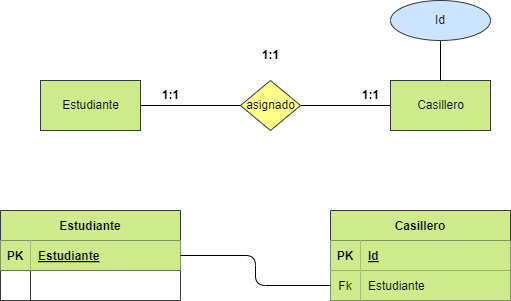
SaulHdez93/BAE keeps this draw.io diagram as Ejercicio2/ejercicio2.drawio.png. Above is the earlier version. Source tidied: cells renumbered, new cells last; positions are measured from the earlier drawing's top-left corner, leaving out a move shared by most shapes. The source it was exported from:
```xml
<mxGraphModel>
  <root>
    <mxCell id="0" />
    <mxCell id="1" parent="0" />
    <mxCell id="2" value="Libro" style="html=1;dashed=0;whitespace=wrap;fillColor=#cdeb8b;strokeColor=#36393d;" parent="1" vertex="1">
      <mxGeometry x="40" y="80" width="100" height="50" as="geometry" />
    </mxCell>
    <mxCell id="3" style="edgeStyle=none;html=1;fontColor=#000000;endArrow=none;endFill=0;" parent="1" edge="1" source="4" target="7">
      <mxGeometry relative="1" as="geometry" />
    </mxCell>
    <mxCell id="4" value="asignado" style="shape=rhombus;html=1;dashed=0;whitespace=wrap;perimeter=rhombusPerimeter;fillColor=#ffff88;strokeColor=#36393d;fontColor=#000000;" parent="1" vertex="1">
      <mxGeometry x="240" y="80" width="60" height="50" as="geometry" />
    </mxCell>
    <mxCell id="5" style="edgeStyle=none;html=1;fontColor=#000000;endArrow=none;endFill=0;" parent="1" edge="1" source="6" target="4">
      <mxGeometry relative="1" as="geometry" />
    </mxCell>
    <mxCell id="6" value="Estudiante" style="html=1;dashed=0;whitespace=wrap;fillColor=#cdeb8b;strokeColor=#36393d;fontColor=#000000;" parent="1" vertex="1">
      <mxGeometry x="40" y="80" width="100" height="50" as="geometry" />
    </mxCell>
    <mxCell id="7" value="Casillero" style="html=1;dashed=0;whitespace=wrap;fillColor=#cdeb8b;strokeColor=#36393d;fontColor=#000000;" parent="1" vertex="1">
      <mxGeometry x="390" y="80" width="100" height="50" as="geometry" />
    </mxCell>
    <mxCell id="8" value="Estudiante" style="shape=table;startSize=30;rowLines=0;fontStyle=1;align=center;fillColor=#cdeb8b;strokeColor=#36393d;fontColor=#000000;" parent="1" vertex="1">
      <mxGeometry y="210" width="180" height="90" as="geometry" />
    </mxCell>
    <mxCell id="9" style="shape=tableRow;horizontal=0;startSize=0;swimlaneHead=0;swimlaneBody=0;fillColor=none;points=[[0,0.5],[1,0.5]];portConstraint=eastwest;top=0;left=0;right=0;bottom=1;fontColor=#000000;" parent="8" vertex="1">
      <mxGeometry y="30" width="180" height="30" as="geometry" />
    </mxCell>
    <mxCell id="10" value="PK" style="shape=partialRectangle;fillColor=#cdeb8b;top=0;left=0;bottom=0;right=0;fontStyle=1;overflow=hidden;strokeColor=#36393d;fontColor=#000000;" parent="9" vertex="1">
      <mxGeometry width="30" height="30" as="geometry" />
    </mxCell>
    <mxCell id="11" value="Estudiante" style="shape=partialRectangle;fillColor=#cdeb8b;top=0;left=0;bottom=0;right=0;align=left;spacingLeft=6;fontStyle=5;overflow=hidden;strokeColor=#36393d;fontColor=#000000;" parent="9" vertex="1">
      <mxGeometry x="30" width="150" height="30" as="geometry" />
    </mxCell>
    <mxCell id="12" style="shape=tableRow;horizontal=0;startSize=0;swimlaneHead=0;swimlaneBody=0;fillColor=none;top=0;left=0;right=0;bottom=0;fontColor=#000000;" parent="8" vertex="1">
      <mxGeometry y="60" width="180" height="30" as="geometry" />
    </mxCell>
    <mxCell id="13" style="shape=partialRectangle;fillColor=none;top=0;left=0;bottom=0;right=0;overflow=hidden;fontColor=#000000;" parent="12" vertex="1">
      <mxGeometry width="30" height="30" as="geometry" />
    </mxCell>
    <mxCell id="14" style="shape=partialRectangle;fillColor=none;top=0;left=0;bottom=0;right=0;align=left;spacingLeft=6;overflow=hidden;fontColor=#000000;" parent="12" vertex="1">
      <mxGeometry x="30" width="150" height="30" as="geometry" />
    </mxCell>
    <mxCell id="15" value="Casillero" style="shape=table;startSize=30;rowLines=0;fontStyle=1;align=center;fillColor=#cdeb8b;strokeColor=#36393d;fontColor=#000000;" parent="1" vertex="1">
      <mxGeometry x="330" y="210" width="180" height="90" as="geometry" />
    </mxCell>
    <mxCell id="16" style="shape=tableRow;horizontal=0;startSize=0;swimlaneHead=0;swimlaneBody=0;fillColor=none;top=0;left=0;right=0;bottom=1;fontColor=#000000;" parent="15" vertex="1">
      <mxGeometry y="30" width="180" height="30" as="geometry" />
    </mxCell>
    <mxCell id="17" value="PK" style="shape=partialRectangle;fillColor=#cdeb8b;top=0;left=0;bottom=0;right=0;fontStyle=1;overflow=hidden;strokeColor=#36393d;fontColor=#000000;" parent="16" vertex="1">
      <mxGeometry width="30" height="30" as="geometry" />
    </mxCell>
    <mxCell id="18" value="Id" style="shape=partialRectangle;fillColor=#cdeb8b;top=0;left=0;bottom=0;right=0;align=left;spacingLeft=6;fontStyle=5;overflow=hidden;strokeColor=#36393d;fontColor=#000000;" parent="16" vertex="1">
      <mxGeometry x="30" width="150" height="30" as="geometry" />
    </mxCell>
    <mxCell id="19" style="shape=tableRow;horizontal=0;startSize=0;swimlaneHead=0;swimlaneBody=0;fillColor=none;points=[[0,0.5],[1,0.5]];portConstraint=eastwest;top=0;left=0;right=0;bottom=0;fontColor=#000000;" parent="15" vertex="1">
      <mxGeometry y="60" width="180" height="30" as="geometry" />
    </mxCell>
    <mxCell id="20" value="Fk" style="shape=partialRectangle;fillColor=#cdeb8b;top=0;left=0;bottom=0;right=0;overflow=hidden;strokeColor=#36393d;fontColor=#000000;" parent="19" vertex="1">
      <mxGeometry width="30" height="30" as="geometry" />
    </mxCell>
    <mxCell id="21" value="Estudiante" style="shape=partialRectangle;fillColor=#cdeb8b;top=0;left=0;bottom=0;right=0;align=left;spacingLeft=6;overflow=hidden;strokeColor=#36393d;fontColor=#000000;" parent="19" vertex="1">
      <mxGeometry x="30" width="150" height="30" as="geometry" />
    </mxCell>
    <mxCell id="22" style="edgeStyle=orthogonalEdgeStyle;html=1;exitX=1;exitY=0.5;exitDx=0;exitDy=0;entryX=0;entryY=0.5;entryDx=0;entryDy=0;fontColor=#000000;endArrow=none;endFill=0;" parent="1" edge="1" source="9" target="19">
      <mxGeometry relative="1" as="geometry" />
    </mxCell>
    <mxCell id="23" value="&lt;b&gt;1:1&lt;/b&gt;" style="text;html=1;align=center;verticalAlign=middle;strokeColor=none;fillColor=none;fontColor=#000000;" parent="1" vertex="1">
      <mxGeometry x="150" y="80" width="40" height="30" as="geometry" />
    </mxCell>
    <mxCell id="24" value="&lt;b&gt;1:1&lt;/b&gt;" style="text;html=1;align=center;verticalAlign=middle;strokeColor=none;fillColor=none;fontColor=#000000;" parent="1" vertex="1">
      <mxGeometry x="350" y="80" width="40" height="30" as="geometry" />
    </mxCell>
    <mxCell id="25" value="&lt;b&gt;1:1&lt;/b&gt;" style="text;html=1;align=center;verticalAlign=middle;strokeColor=none;fillColor=none;fontColor=#000000;" parent="1" vertex="1">
      <mxGeometry x="250" y="40" width="40" height="30" as="geometry" />
    </mxCell>
    <mxCell id="26" style="edgeStyle=orthogonalEdgeStyle;html=1;fontColor=#000000;endArrow=none;endFill=0;" parent="1" edge="1" source="27" target="7">
      <mxGeometry relative="1" as="geometry" />
    </mxCell>
    <mxCell id="27" value="Id" style="ellipse;whiteSpace=wrap;html=1;align=center;fillColor=#cce5ff;strokeColor=#36393d;fontColor=#000000;" parent="1" vertex="1">
      <mxGeometry x="390" width="100" height="40" as="geometry" />
    </mxCell>
  </root>
</mxGraphModel>
```
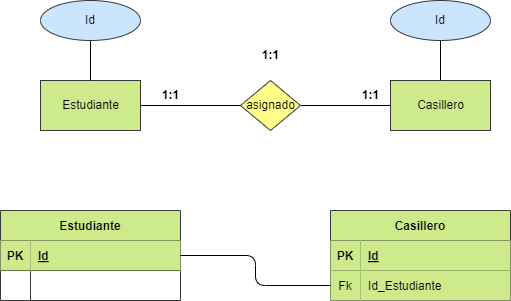
The same file after the commit.

Commit message:
Revisando el ejercicio

The edit, as a diff of the source:
```diff
@@ -29,7 +29,7 @@
     <mxCell id="10" value="PK" style="shape=partialRectangle;fillColor=#cdeb8b;top=0;left=0;bottom=0;right=0;fontStyle=1;overflow=hidden;strokeColor=#36393d;fontColor=#000000;" parent="9" vertex="1">
       <mxGeometry width="30" height="30" as="geometry" />
     </mxCell>
-    <mxCell id="11" value="Estudiante" style="shape=partialRectangle;fillColor=#cdeb8b;top=0;left=0;bottom=0;right=0;align=left;spacingLeft=6;fontStyle=5;overflow=hidden;strokeColor=#36393d;fontColor=#000000;" parent="9" vertex="1">
+    <mxCell id="11" value="Id" style="shape=partialRectangle;fillColor=#cdeb8b;top=0;left=0;bottom=0;right=0;align=left;spacingLeft=6;fontStyle=5;overflow=hidden;strokeColor=#36393d;fontColor=#000000;" parent="9" vertex="1">
       <mxGeometry x="30" width="150" height="30" as="geometry" />
     </mxCell>
     <mxCell id="12" style="shape=tableRow;horizontal=0;startSize=0;swimlaneHead=0;swimlaneBody=0;fillColor=none;top=0;left=0;right=0;bottom=0;fontColor=#000000;" parent="8" vertex="1">
@@ -59,7 +59,7 @@
     <mxCell id="20" value="Fk" style="shape=partialRectangle;fillColor=#cdeb8b;top=0;left=0;bottom=0;right=0;overflow=hidden;strokeColor=#36393d;fontColor=#000000;" parent="19" vertex="1">
       <mxGeometry width="30" height="30" as="geometry" />
     </mxCell>
-    <mxCell id="21" value="Estudiante" style="shape=partialRectangle;fillColor=#cdeb8b;top=0;left=0;bottom=0;right=0;align=left;spacingLeft=6;overflow=hidden;strokeColor=#36393d;fontColor=#000000;" parent="19" vertex="1">
+    <mxCell id="21" value="Id_Estudiante" style="shape=partialRectangle;fillColor=#cdeb8b;top=0;left=0;bottom=0;right=0;align=left;spacingLeft=6;overflow=hidden;strokeColor=#36393d;fontColor=#000000;" parent="19" vertex="1">
       <mxGeometry x="30" width="150" height="30" as="geometry" />
     </mxCell>
     <mxCell id="22" style="edgeStyle=orthogonalEdgeStyle;html=1;exitX=1;exitY=0.5;exitDx=0;exitDy=0;entryX=0;entryY=0.5;entryDx=0;entryDy=0;fontColor=#000000;endArrow=none;endFill=0;" parent="1" edge="1" source="9" target="19">
@@ -80,5 +80,11 @@
     <mxCell id="27" value="Id" style="ellipse;whiteSpace=wrap;html=1;align=center;fillColor=#cce5ff;strokeColor=#36393d;fontColor=#000000;" parent="1" vertex="1">
       <mxGeometry x="390" width="100" height="40" as="geometry" />
     </mxCell>
+    <mxCell id="28" style="edgeStyle=none;html=1;endArrow=none;endFill=0;" parent="1" edge="1" source="29" target="6">
+      <mxGeometry relative="1" as="geometry" />
+    </mxCell>
+    <mxCell id="29" value="Id" style="ellipse;whiteSpace=wrap;html=1;align=center;fillColor=#cce5ff;strokeColor=#36393d;fontColor=#000000;" parent="1" vertex="1">
+      <mxGeometry x="40" width="100" height="40" as="geometry" />
+    </mxCell>
   </root>
 </mxGraphModel>
```
